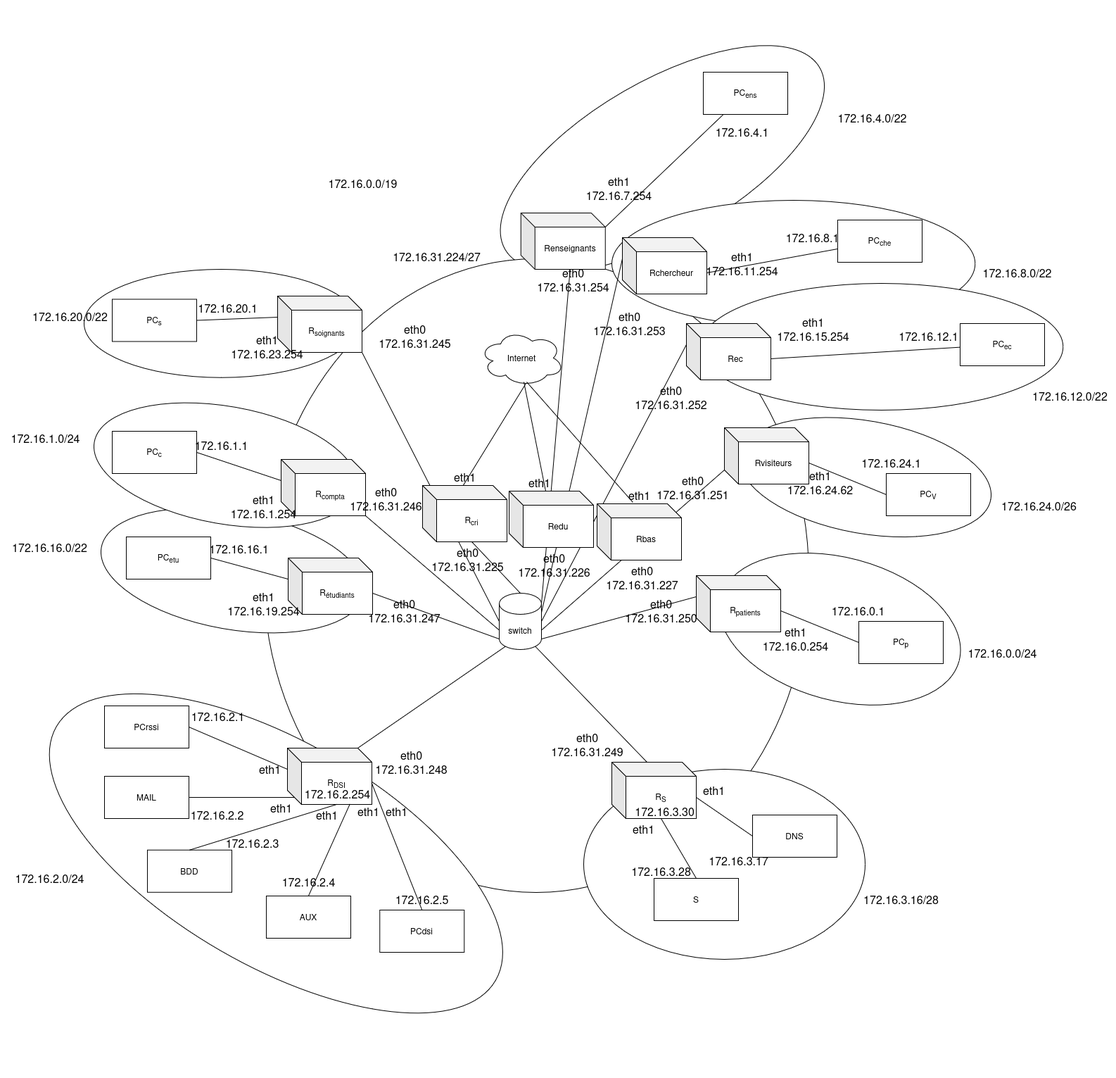
This is ressources/Diagramme_de_reseau.drawio.png from mperrot36/SAE_3.01_B, a draw.io export, as it was before one commit. Source tidied: cells renumbered, new cells last; positions are measured from the earlier drawing's top-left corner, leaving out a move shared by most shapes.
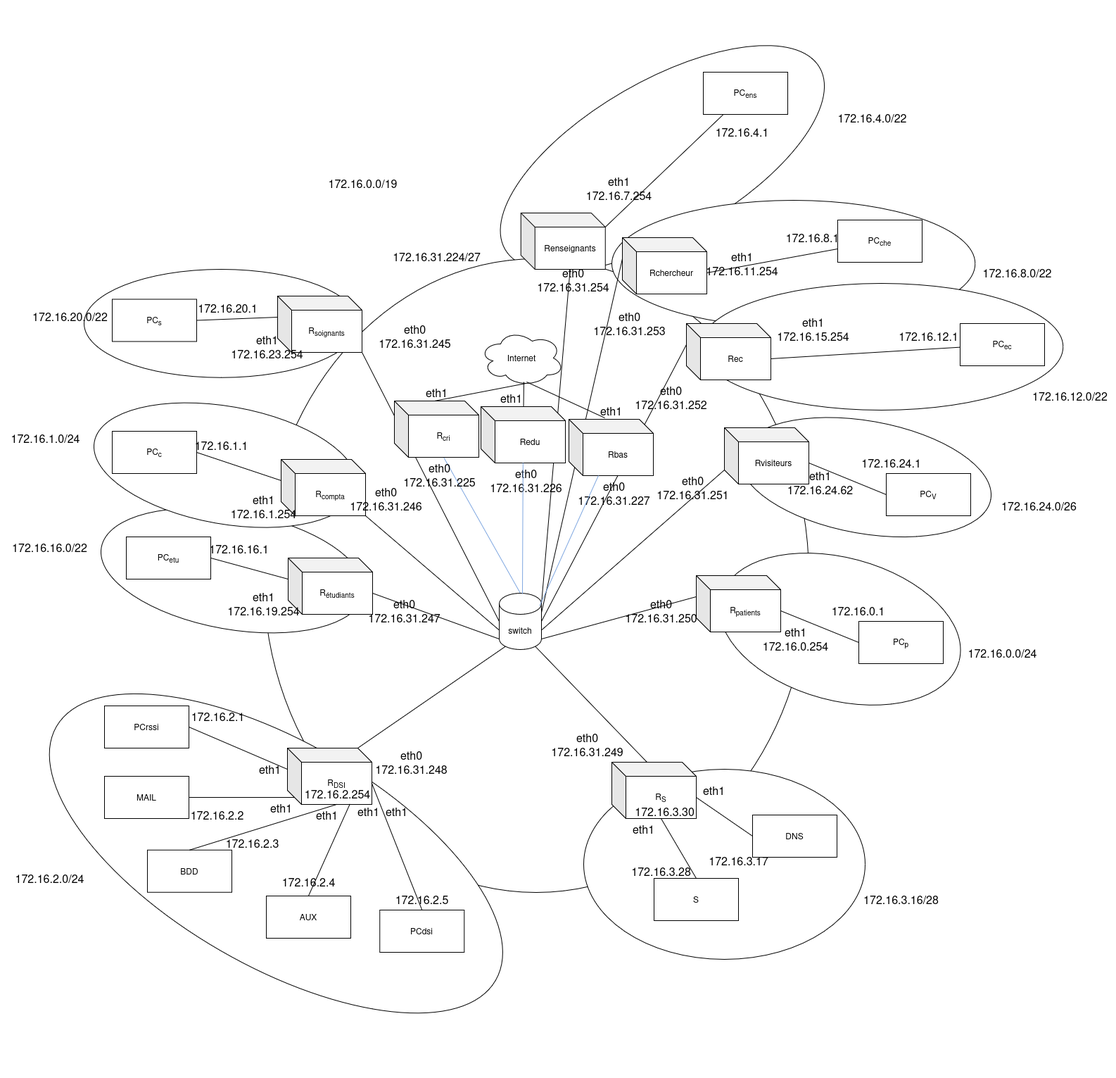
After the change.

Diff of the diagram source:
```diff
@@ -338,14 +338,14 @@
     <mxCell id="113" value="&lt;div&gt;eth0&lt;/div&gt;&lt;div&gt;172.16.31.245&lt;/div&gt;" style="text;html=1;align=center;verticalAlign=middle;strokeColor=none;fillColor=none;fontSize=16;" parent="1" vertex="1">
       <mxGeometry x="520" y="350" width="130" height="50" as="geometry" />
     </mxCell>
-    <mxCell id="114" style="endArrow=none;html=1;rounded=0;entryX=0;entryY=0;entryDx=70;entryDy=80;entryPerimeter=0;exitX=0.5;exitY=0;exitDx=0;exitDy=0;exitPerimeter=0;" parent="1" edge="1" source="117" target="130">
+    <mxCell id="114" style="endArrow=none;html=1;rounded=0;entryX=0;entryY=0;entryDx=70;entryDy=80;entryPerimeter=0;exitX=0.5;exitY=0;exitDx=0;exitDy=0;exitPerimeter=0;strokeColor=#7EA6E0;" parent="1" edge="1" source="117" target="130">
       <mxGeometry relative="1" as="geometry" />
     </mxCell>
     <mxCell id="115" value="&lt;div&gt;eth0&lt;/div&gt;&lt;div&gt;172.16.31.225&lt;/div&gt;" style="text;html=1;align=center;verticalAlign=middle;strokeColor=none;fillColor=none;fontSize=16;" parent="1" vertex="1">
-      <mxGeometry x="600" y="667" width="120" height="50" as="geometry" />
+      <mxGeometry x="560" y="547" width="120" height="50" as="geometry" />
     </mxCell>
     <mxCell id="116" value="&lt;div&gt;eth1&lt;/div&gt;" style="text;html=1;align=center;verticalAlign=middle;strokeColor=none;fillColor=none;fontSize=16;" parent="1" vertex="1">
-      <mxGeometry x="631" y="560" width="50" height="30" as="geometry" />
+      <mxGeometry x="591" y="440" width="50" height="30" as="geometry" />
     </mxCell>
     <mxCell id="117" value="switch" style="shape=cylinder3;whiteSpace=wrap;html=1;boundedLbl=1;backgroundOutline=1;size=15;" parent="1" vertex="1">
       <mxGeometry x="705" y="740" width="60" height="80" as="geometry" />
@@ -366,31 +366,37 @@
       <mxGeometry x="544" y="246" width="143" height="31" as="geometry" />
     </mxCell>
     <mxCell id="123" value="Redu" style="shape=cube;whiteSpace=wrap;html=1;boundedLbl=1;backgroundOutline=1;darkOpacity=0.05;darkOpacity2=0.1;" parent="1" vertex="1">
-      <mxGeometry x="719" y="595" width="120" height="80" as="geometry" />
+      <mxGeometry x="679" y="475" width="120" height="80" as="geometry" />
     </mxCell>
     <mxCell id="124" value="&lt;div&gt;eth0&lt;/div&gt;&lt;div&gt;172.16.31.226&lt;/div&gt;" style="text;html=1;align=center;verticalAlign=middle;strokeColor=none;fillColor=none;fontSize=16;" parent="1" vertex="1">
-      <mxGeometry x="723" y="675" width="120" height="50" as="geometry" />
+      <mxGeometry x="683" y="555" width="120" height="50" as="geometry" />
     </mxCell>
     <mxCell id="125" value="&lt;div&gt;eth1&lt;/div&gt;" style="text;html=1;align=center;verticalAlign=middle;strokeColor=none;fillColor=none;fontSize=16;" parent="1" vertex="1">
-      <mxGeometry x="737" y="568" width="50" height="30" as="geometry" />
+      <mxGeometry x="697" y="448" width="50" height="30" as="geometry" />
     </mxCell>
     <mxCell id="126" value="Rbas" style="shape=cube;whiteSpace=wrap;html=1;boundedLbl=1;backgroundOutline=1;darkOpacity=0.05;darkOpacity2=0.1;" parent="1" vertex="1">
-      <mxGeometry x="844" y="613" width="120" height="80" as="geometry" />
+      <mxGeometry x="804" y="493" width="120" height="80" as="geometry" />
     </mxCell>
     <mxCell id="127" value="&lt;div&gt;eth0&lt;/div&gt;&lt;div&gt;172.16.31.227&lt;/div&gt;" style="text;html=1;align=center;verticalAlign=middle;strokeColor=none;fillColor=none;fontSize=16;" parent="1" vertex="1">
-      <mxGeometry x="848" y="693" width="120" height="50" as="geometry" />
+      <mxGeometry x="808" y="573" width="120" height="50" as="geometry" />
     </mxCell>
     <mxCell id="128" value="&lt;div&gt;eth1&lt;/div&gt;" style="text;html=1;align=center;verticalAlign=middle;strokeColor=none;fillColor=none;fontSize=16;" parent="1" vertex="1">
-      <mxGeometry x="879" y="586" width="50" height="30" as="geometry" />
+      <mxGeometry x="839" y="466" width="50" height="30" as="geometry" />
     </mxCell>
     <mxCell id="129" style="endArrow=none;html=1;rounded=0;entryX=0.525;entryY=0.925;entryDx=0;entryDy=0;entryPerimeter=0;" parent="1" edge="1" source="123" target="13">
       <mxGeometry relative="1" as="geometry" />
     </mxCell>
     <mxCell id="130" value="R&lt;sub&gt;cri&lt;/sub&gt;" style="shape=cube;whiteSpace=wrap;html=1;boundedLbl=1;backgroundOutline=1;darkOpacity=0.05;darkOpacity2=0.1;" parent="1" vertex="1">
-      <mxGeometry x="596" y="587" width="120" height="80" as="geometry" />
+      <mxGeometry x="556" y="467" width="120" height="80" as="geometry" />
     </mxCell>
     <mxCell id="131" style="endArrow=none;html=1;rounded=0;entryX=0.558;entryY=0.925;entryDx=0;entryDy=0;entryPerimeter=0;exitX=0.425;exitY=-0.025;exitDx=0;exitDy=0;exitPerimeter=0;" parent="1" edge="1" source="126" target="13">
       <mxGeometry relative="1" as="geometry" />
     </mxCell>
+    <mxCell id="132" style="endArrow=none;html=1;rounded=0;exitX=0.55;exitY=0.012;exitDx=0;exitDy=0;exitPerimeter=0;strokeColor=#7EA6E0;" parent="1" edge="1" source="117" target="123">
+      <mxGeometry relative="1" as="geometry" />
+    </mxCell>
+    <mxCell id="133" style="endArrow=none;html=1;rounded=0;exitX=0.958;exitY=0.223;exitDx=0;exitDy=0;exitPerimeter=0;strokeColor=#7EA6E0;" parent="1" edge="1" source="117" target="126">
+      <mxGeometry relative="1" as="geometry" />
+    </mxCell>
   </root>
 </mxGraphModel>
```
